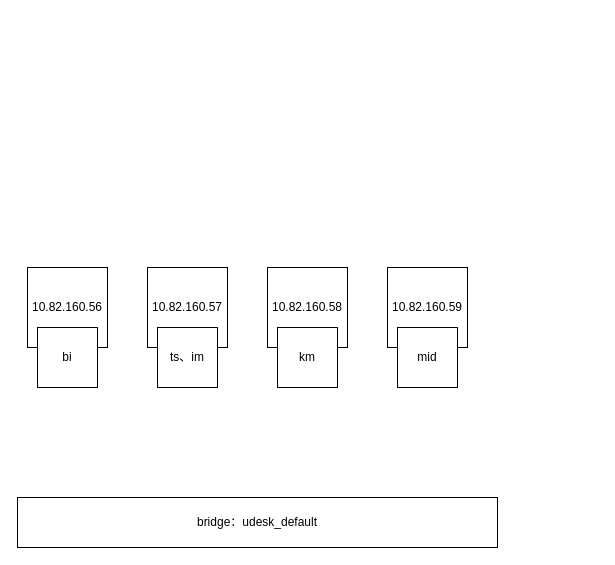
This is docker网络-康明斯.drawio from liuning0927/private_deploy, a draw.io file, before an edit. Source tidied: cells renumbered, new cells numbered last; positions are measured from the earlier drawing's top-left corner, leaving out a move shared by most shapes. Both pictures are drawn from the tidied source at 100%, with x=0, y=0 at pixel (17, 267).
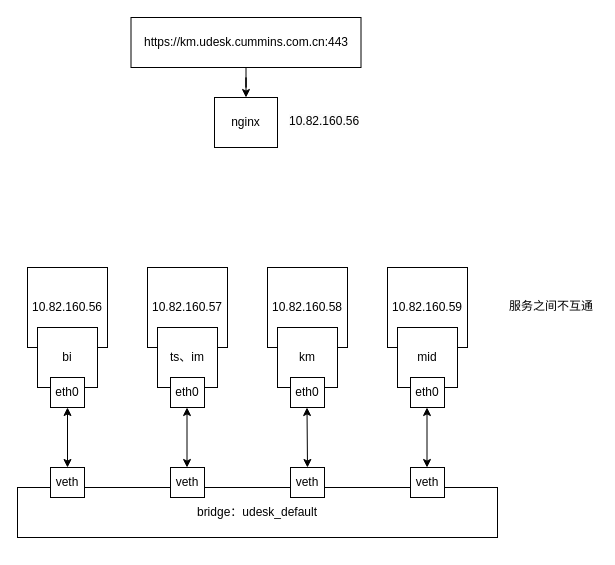
The same page after the edit.

The edit, as a diff of the source:
```diff
@@
     <mxCell id="6" value="bridge：udesk_default" style="rounded=0;whiteSpace=wrap;html=1;" parent="1" vertex="1">
-      <mxGeometry y="230" width="480" height="50" as="geometry" />
+      <mxGeometry y="220" width="480" height="50" as="geometry" />
     </mxCell>
@@
+    <mxCell id="11" value="eth0" style="rounded=0;whiteSpace=wrap;html=1;" parent="1" vertex="1">
+      <mxGeometry x="33" y="110" width="34" height="30" as="geometry" />
+    </mxCell>
+    <mxCell id="12" value="eth0" style="rounded=0;whiteSpace=wrap;html=1;" parent="1" vertex="1">
+      <mxGeometry x="393" y="110" width="34" height="30" as="geometry" />
+    </mxCell>
+    <mxCell id="13" value="eth0" style="rounded=0;whiteSpace=wrap;html=1;" parent="1" vertex="1">
+      <mxGeometry x="273" y="110" width="34" height="30" as="geometry" />
+    </mxCell>
+    <mxCell id="14" value="eth0" style="rounded=0;whiteSpace=wrap;html=1;" parent="1" vertex="1">
+      <mxGeometry x="153" y="110" width="34" height="30" as="geometry" />
+    </mxCell>
+    <mxCell id="15" value="veth" style="rounded=0;whiteSpace=wrap;html=1;" parent="1" vertex="1">
+      <mxGeometry x="33" y="200" width="34" height="30" as="geometry" />
+    </mxCell>
+    <mxCell id="16" value="veth" style="rounded=0;whiteSpace=wrap;html=1;" parent="1" vertex="1">
+      <mxGeometry x="393" y="200" width="34" height="30" as="geometry" />
+    </mxCell>
+    <mxCell id="17" value="veth" style="rounded=0;whiteSpace=wrap;html=1;" parent="1" vertex="1">
+      <mxGeometry x="273" y="200" width="34" height="30" as="geometry" />
+    </mxCell>
+    <mxCell id="18" value="veth" style="rounded=0;whiteSpace=wrap;html=1;" parent="1" vertex="1">
+      <mxGeometry x="153" y="200" width="34" height="30" as="geometry" />
+    </mxCell>
+    <mxCell id="19" style="endArrow=classic;startArrow=classic;html=1;rounded=0;entryX=0.5;entryY=1;entryDx=0;entryDy=0;exitX=0.5;exitY=0;exitDx=0;exitDy=0;" parent="1" edge="1" source="15" target="11">
+      <mxGeometry relative="1" as="geometry" />
+    </mxCell>
+    <mxCell id="20" style="endArrow=classic;startArrow=classic;html=1;rounded=0;entryX=0.5;entryY=1;entryDx=0;entryDy=0;exitX=0.5;exitY=0;exitDx=0;exitDy=0;" parent="1" edge="1">
+      <mxGeometry relative="1" as="geometry">
+        <mxPoint x="409.5" y="200" as="sourcePoint" />
+        <mxPoint x="409.5" y="140" as="targetPoint" />
+      </mxGeometry>
+    </mxCell>
+    <mxCell id="21" style="endArrow=classic;startArrow=classic;html=1;rounded=0;entryX=0.5;entryY=1;entryDx=0;entryDy=0;" parent="1" edge="1">
+      <mxGeometry relative="1" as="geometry">
+        <mxPoint x="290" y="200" as="sourcePoint" />
+        <mxPoint x="289.5" y="140" as="targetPoint" />
+      </mxGeometry>
+    </mxCell>
+    <mxCell id="22" style="endArrow=classic;startArrow=classic;html=1;rounded=0;entryX=0.5;entryY=1;entryDx=0;entryDy=0;exitX=0.5;exitY=0;exitDx=0;exitDy=0;" parent="1" edge="1">
+      <mxGeometry relative="1" as="geometry">
+        <mxPoint x="169.5" y="200" as="sourcePoint" />
+        <mxPoint x="169.5" y="140" as="targetPoint" />
+      </mxGeometry>
+    </mxCell>
+    <mxCell id="23" value="nginx" style="rounded=0;whiteSpace=wrap;html=1;" parent="1" vertex="1">
+      <mxGeometry x="197" y="-170" width="63" height="50" as="geometry" />
+    </mxCell>
+    <mxCell id="24" style="edgeStyle=orthogonalEdgeStyle;rounded=0;jettySize=auto;html=1;exitX=0.5;exitY=1;exitDx=0;exitDy=0;" parent="1" edge="1" source="25" target="23">
+      <mxGeometry relative="1" as="geometry" />
+    </mxCell>
+    <mxCell id="25" value="https://km.udesk.cummins.com.cn:443" style="rounded=0;whiteSpace=wrap;html=1;" parent="1" vertex="1">
+      <mxGeometry x="113.5" y="-250" width="230" height="50" as="geometry" />
+    </mxCell>
+    <mxCell id="26" value="&lt;span style=&quot;color: rgb(0, 0, 0); font-family: Helvetica; font-size: 12px; font-style: normal; font-variant-ligatures: normal; font-variant-caps: normal; font-weight: 400; letter-spacing: normal; orphans: 2; text-align: center; text-indent: 0px; text-transform: none; widows: 2; word-spacing: 0px; -webkit-text-stroke-width: 0px; background-color: rgb(251, 251, 251); text-decoration-thickness: initial; text-decoration-style: initial; text-decoration-color: initial; float: none; display: inline !important;&quot;&gt;10.82.160.56&lt;/span&gt;" style="text;whiteSpace=wrap;html=1;" parent="1" vertex="1">
+      <mxGeometry x="270" y="-160" width="80" height="30" as="geometry" />
+    </mxCell>
+    <mxCell id="27" value="&lt;div style=&quot;text-align: center;&quot;&gt;&lt;span style=&quot;background-color: initial;&quot;&gt;服务之间不互通&lt;/span&gt;&lt;/div&gt;" style="text;whiteSpace=wrap;html=1;" parent="1" vertex="1">
+      <mxGeometry x="490" y="25" width="90" height="25" as="geometry" />
+    </mxCell>
```
